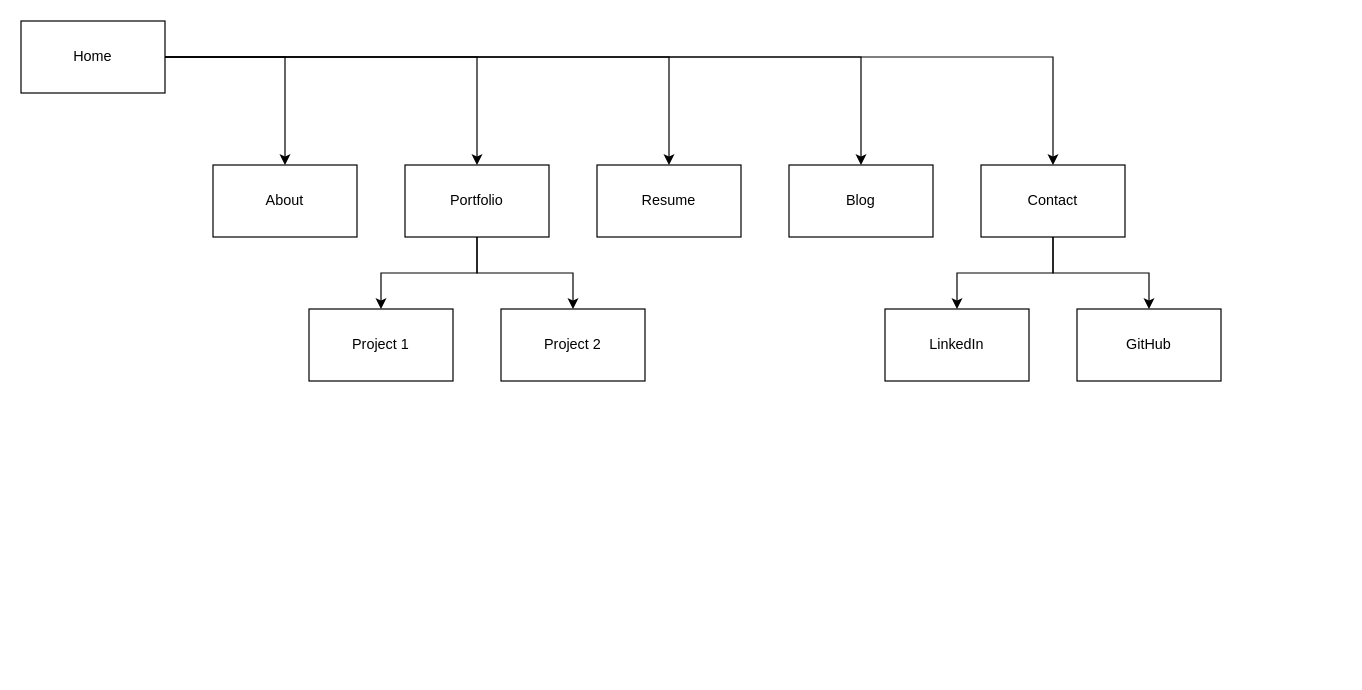
Above: t1a2-portfolio-jvt.drawio in jevontrei/t1a2-portfolio-jvt (draw.io), before the change. Source tidied: cells renumbered, new cells numbered last; positions are measured from the earlier drawing's top-left corner, leaving out a move shared by most shapes. Both pictures are drawn from the tidied source at 120%, with x=0, y=0 at pixel (20, 20).
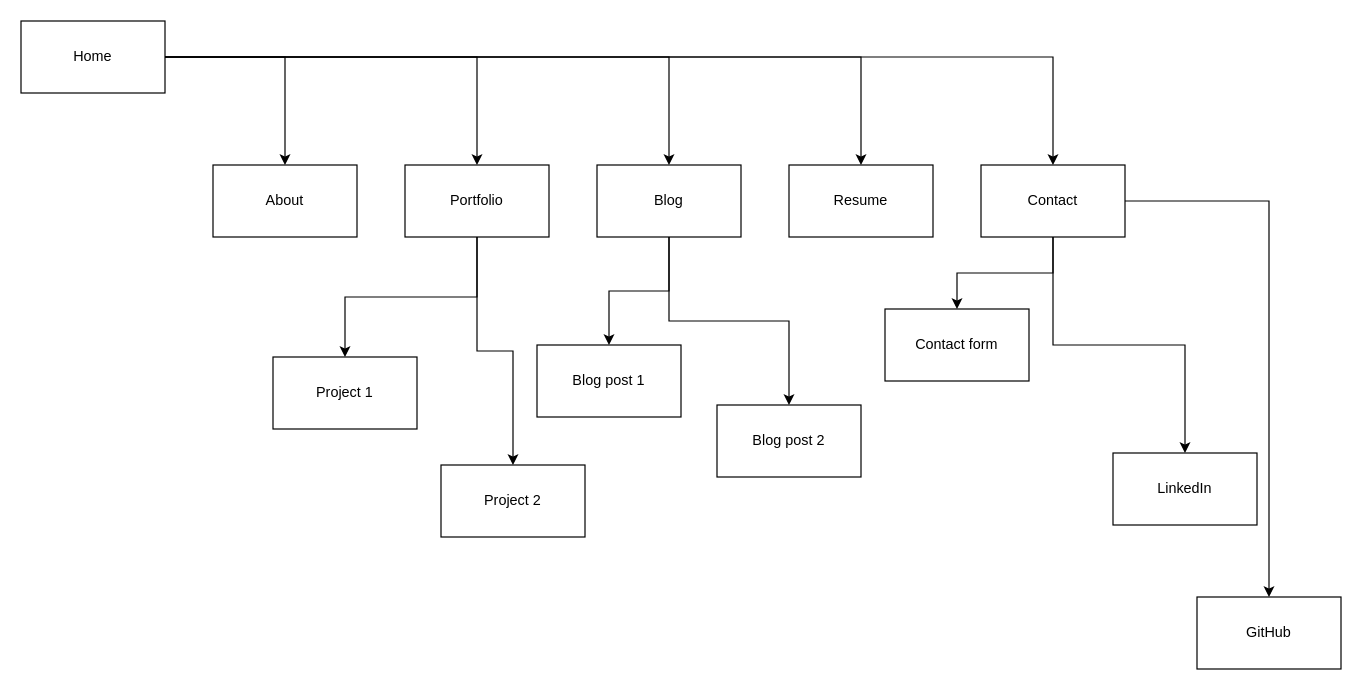
Above is the later version.

Unchanged cells that the change refers to:
```xml
<mxCell id="12" value="Contact" style="rounded=0;whiteSpace=wrap;html=1;" parent="1" vertex="1">
  <mxGeometry x="800" y="120" width="120" height="60" as="geometry" />
</mxCell>
```

Diff of the diagram source:
```diff
@@
+    <mxCell id="21" style="edgeStyle=orthogonalEdgeStyle;rounded=0;jettySize=auto;html=1;" parent="1" edge="1" source="12" target="26">
+      <mxGeometry relative="1" as="geometry" />
+    </mxCell>
@@
     <mxCell id="14" value="Resume" style="rounded=0;whiteSpace=wrap;html=1;" parent="1" vertex="1">
-      <mxGeometry x="480" y="120" width="120" height="60" as="geometry" />
+      <mxGeometry x="640" y="120" width="120" height="60" as="geometry" />
     </mxCell>
@@
     <mxCell id="16" value="Project 1" style="rounded=0;whiteSpace=wrap;html=1;" parent="1" vertex="1">
-      <mxGeometry x="240" y="240" width="120" height="60" as="geometry" />
+      <mxGeometry x="210" y="280" width="120" height="60" as="geometry" />
     </mxCell>
     <mxCell id="17" value="Project 2" style="rounded=0;whiteSpace=wrap;html=1;" parent="1" vertex="1">
-      <mxGeometry x="400" y="240" width="120" height="60" as="geometry" />
+      <mxGeometry x="350" y="370" width="120" height="60" as="geometry" />
     </mxCell>
+    <mxCell id="22" style="edgeStyle=orthogonalEdgeStyle;rounded=0;jettySize=auto;html=1;" parent="1" edge="1" source="18" target="24">
+      <mxGeometry relative="1" as="geometry" />
+    </mxCell>
+    <mxCell id="23" style="edgeStyle=orthogonalEdgeStyle;rounded=0;jettySize=auto;html=1;" parent="1" edge="1" source="18" target="25">
+      <mxGeometry relative="1" as="geometry" />
+    </mxCell>
     <mxCell id="18" value="Blog" style="rounded=0;whiteSpace=wrap;html=1;" parent="1" vertex="1">
-      <mxGeometry x="640" y="120" width="120" height="60" as="geometry" />
+      <mxGeometry x="480" y="120" width="120" height="60" as="geometry" />
     </mxCell>
     <mxCell id="19" value="LinkedIn" style="rounded=0;whiteSpace=wrap;html=1;" parent="1" vertex="1">
-      <mxGeometry x="720" y="240" width="120" height="60" as="geometry" />
+      <mxGeometry x="910" y="360" width="120" height="60" as="geometry" />
     </mxCell>
     <mxCell id="20" value="GitHub" style="rounded=0;whiteSpace=wrap;html=1;" parent="1" vertex="1">
-      <mxGeometry x="880" y="240" width="120" height="60" as="geometry" />
+      <mxGeometry x="980" y="480" width="120" height="60" as="geometry" />
     </mxCell>
+    <mxCell id="24" value="Blog post 1" style="rounded=0;whiteSpace=wrap;html=1;" parent="1" vertex="1">
+      <mxGeometry x="430" y="270" width="120" height="60" as="geometry" />
+    </mxCell>
+    <mxCell id="25" value="Blog post 2" style="rounded=0;whiteSpace=wrap;html=1;" parent="1" vertex="1">
+      <mxGeometry x="580" y="320" width="120" height="60" as="geometry" />
+    </mxCell>
+    <mxCell id="26" value="Contact form" style="rounded=0;whiteSpace=wrap;html=1;" parent="1" vertex="1">
+      <mxGeometry x="720" y="240" width="120" height="60" as="geometry" />
+    </mxCell>
```
